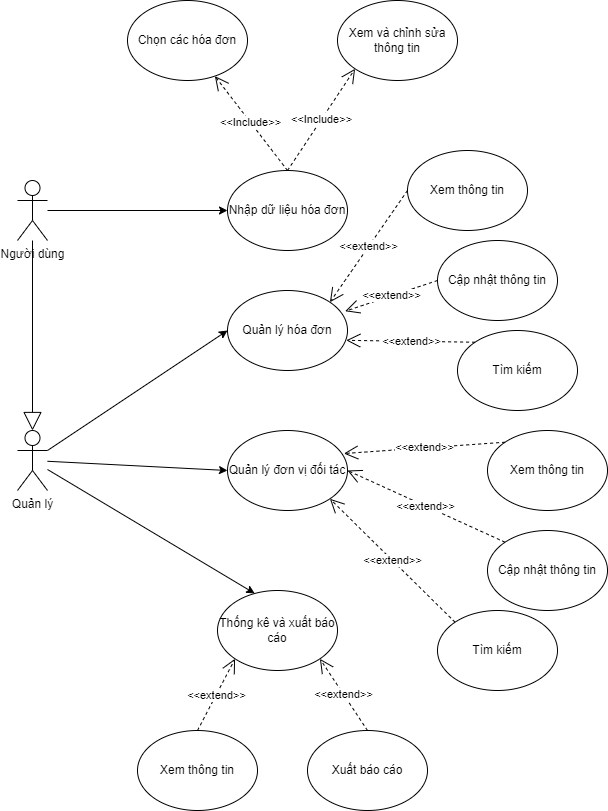
Before: Ảnh trong báo cáo/use case phân rã.drawio.png, a diagram exported from draw.io (DuyNguyen2509/BillProcessingApp). Source tidied: cells renumbered, new cells last; positions are measured from the earlier drawing's top-left corner, leaving out a move shared by most shapes. Its diagram source:
```xml
<mxGraphModel>
  <root>
    <mxCell id="0" />
    <mxCell id="1" parent="0" />
    <mxCell id="2" style="rounded=0;jettySize=auto;html=1;entryX=0;entryY=0.5;entryDx=0;entryDy=0;" parent="1" edge="1" source="3" target="8">
      <mxGeometry relative="1" as="geometry" />
    </mxCell>
    <mxCell id="3" value="Người dùng" style="shape=umlActor;verticalLabelPosition=bottom;verticalAlign=top;html=1;outlineConnect=0;" parent="1" vertex="1">
      <mxGeometry y="180" width="30" height="60" as="geometry" />
    </mxCell>
    <mxCell id="4" style="rounded=0;jettySize=auto;html=1;entryX=0;entryY=0.5;entryDx=0;entryDy=0;" parent="1" edge="1" source="7" target="9">
      <mxGeometry relative="1" as="geometry" />
    </mxCell>
    <mxCell id="5" style="rounded=0;jettySize=auto;html=1;entryX=0;entryY=0.5;entryDx=0;entryDy=0;" parent="1" edge="1" source="7" target="10">
      <mxGeometry relative="1" as="geometry" />
    </mxCell>
    <mxCell id="6" style="rounded=0;jettySize=auto;html=1;entryX=0.31;entryY=0.037;entryDx=0;entryDy=0;entryPerimeter=0;" parent="1" edge="1" source="7" target="11">
      <mxGeometry relative="1" as="geometry" />
    </mxCell>
    <mxCell id="7" value="Quản lý" style="shape=umlActor;verticalLabelPosition=bottom;verticalAlign=top;html=1;outlineConnect=0;" parent="1" vertex="1">
      <mxGeometry y="430" width="30" height="60" as="geometry" />
    </mxCell>
    <mxCell id="8" value="Nhập dữ liệu hóa đơn" style="ellipse;whiteSpace=wrap;html=1;" parent="1" vertex="1">
      <mxGeometry x="210" y="170" width="120" height="80" as="geometry" />
    </mxCell>
    <mxCell id="9" value="Quản lý hóa đơn" style="ellipse;whiteSpace=wrap;html=1;" parent="1" vertex="1">
      <mxGeometry x="210" y="290" width="120" height="80" as="geometry" />
    </mxCell>
    <mxCell id="10" value="Quản lý đơn vị đối tác" style="ellipse;whiteSpace=wrap;html=1;" parent="1" vertex="1">
      <mxGeometry x="210" y="430" width="120" height="80" as="geometry" />
    </mxCell>
    <mxCell id="11" value="Thống kê và xuất báo cáo" style="ellipse;whiteSpace=wrap;html=1;" parent="1" vertex="1">
      <mxGeometry x="200" y="590" width="120" height="80" as="geometry" />
    </mxCell>
    <mxCell id="12" style="endArrow=block;endSize=16;endFill=0;html=1;rounded=0;entryX=0.5;entryY=0;entryDx=0;entryDy=0;entryPerimeter=0;" parent="1" edge="1" source="3" target="7">
      <mxGeometry relative="1" as="geometry" />
    </mxCell>
    <mxCell id="13" value="Chọn các hóa đơn" style="ellipse;whiteSpace=wrap;html=1;" parent="1" vertex="1">
      <mxGeometry x="110" width="120" height="80" as="geometry" />
    </mxCell>
    <mxCell id="14" value="Xem và chỉnh sửa thông tin" style="ellipse;whiteSpace=wrap;html=1;" parent="1" vertex="1">
      <mxGeometry x="320" width="120" height="80" as="geometry" />
    </mxCell>
    <mxCell id="15" value="&amp;lt;&amp;lt;Include&amp;gt;&amp;gt;" style="endArrow=open;endSize=12;dashed=1;html=1;rounded=0;exitX=0.5;exitY=0;exitDx=0;exitDy=0;" parent="1" edge="1" source="8" target="13">
      <mxGeometry relative="1" as="geometry" />
    </mxCell>
    <mxCell id="16" value="&amp;lt;&amp;lt;Include&amp;gt;&amp;gt;" style="endArrow=open;endSize=12;dashed=1;html=1;rounded=0;exitX=0.5;exitY=0;exitDx=0;exitDy=0;entryX=0;entryY=1;entryDx=0;entryDy=0;" parent="1" edge="1" source="8" target="14">
      <mxGeometry relative="1" as="geometry" />
    </mxCell>
    <mxCell id="17" value="Xem thông tin" style="ellipse;whiteSpace=wrap;html=1;" parent="1" vertex="1">
      <mxGeometry x="390" y="150" width="120" height="80" as="geometry" />
    </mxCell>
    <mxCell id="18" value="Tìm kiếm" style="ellipse;whiteSpace=wrap;html=1;" parent="1" vertex="1">
      <mxGeometry x="440" y="330" width="120" height="80" as="geometry" />
    </mxCell>
    <mxCell id="19" value="Cập nhật thông tin" style="ellipse;whiteSpace=wrap;html=1;" parent="1" vertex="1">
      <mxGeometry x="420" y="240" width="120" height="80" as="geometry" />
    </mxCell>
    <mxCell id="20" value="Xem thông tin" style="ellipse;whiteSpace=wrap;html=1;" parent="1" vertex="1">
      <mxGeometry x="470" y="430" width="120" height="80" as="geometry" />
    </mxCell>
    <mxCell id="21" value="Tìm kiếm" style="ellipse;whiteSpace=wrap;html=1;" parent="1" vertex="1">
      <mxGeometry x="420" y="610" width="120" height="80" as="geometry" />
    </mxCell>
    <mxCell id="22" value="Cập nhật thông tin" style="ellipse;whiteSpace=wrap;html=1;" parent="1" vertex="1">
      <mxGeometry x="470" y="530" width="120" height="80" as="geometry" />
    </mxCell>
    <mxCell id="23" value="&amp;lt;&amp;lt;extend&amp;gt;&amp;gt;" style="endArrow=open;endSize=12;dashed=1;html=1;rounded=0;exitX=0;exitY=0.5;exitDx=0;exitDy=0;entryX=1;entryY=0;entryDx=0;entryDy=0;" parent="1" edge="1" source="17" target="9">
      <mxGeometry relative="1" as="geometry" />
    </mxCell>
    <mxCell id="24" value="&amp;lt;&amp;lt;extend&amp;gt;&amp;gt;" style="endArrow=open;endSize=12;dashed=1;html=1;rounded=0;exitX=0;exitY=0.5;exitDx=0;exitDy=0;entryX=0.981;entryY=0.259;entryDx=0;entryDy=0;entryPerimeter=0;" parent="1" edge="1" source="19" target="9">
      <mxGeometry relative="1" as="geometry" />
    </mxCell>
    <mxCell id="25" value="&amp;lt;&amp;lt;extend&amp;gt;&amp;gt;" style="endArrow=open;endSize=12;dashed=1;html=1;rounded=0;exitX=0;exitY=0;exitDx=0;exitDy=0;entryX=0.99;entryY=0.623;entryDx=0;entryDy=0;entryPerimeter=0;" parent="1" edge="1" source="18" target="9">
      <mxGeometry relative="1" as="geometry" />
    </mxCell>
    <mxCell id="26" value="&amp;lt;&amp;lt;extend&amp;gt;&amp;gt;" style="endArrow=open;endSize=12;dashed=1;html=1;rounded=0;exitX=0;exitY=0;exitDx=0;exitDy=0;entryX=0.97;entryY=0.288;entryDx=0;entryDy=0;entryPerimeter=0;" parent="1" edge="1" source="20" target="10">
      <mxGeometry relative="1" as="geometry" />
    </mxCell>
    <mxCell id="27" value="&amp;lt;&amp;lt;extend&amp;gt;&amp;gt;" style="endArrow=open;endSize=12;dashed=1;html=1;rounded=0;exitX=0;exitY=0;exitDx=0;exitDy=0;entryX=1;entryY=0.5;entryDx=0;entryDy=0;" parent="1" edge="1" source="22" target="10">
      <mxGeometry relative="1" as="geometry" />
    </mxCell>
    <mxCell id="28" value="&amp;lt;&amp;lt;extend&amp;gt;&amp;gt;" style="endArrow=open;endSize=12;dashed=1;html=1;rounded=0;exitX=0;exitY=0;exitDx=0;exitDy=0;entryX=1;entryY=1;entryDx=0;entryDy=0;" parent="1" edge="1" source="21" target="10">
      <mxGeometry relative="1" as="geometry" />
    </mxCell>
    <mxCell id="29" value="Xem thông tin" style="ellipse;whiteSpace=wrap;html=1;" parent="1" vertex="1">
      <mxGeometry x="120" y="730" width="120" height="80" as="geometry" />
    </mxCell>
    <mxCell id="30" value="Xuất báo cáo" style="ellipse;whiteSpace=wrap;html=1;" parent="1" vertex="1">
      <mxGeometry x="290" y="730" width="120" height="80" as="geometry" />
    </mxCell>
    <mxCell id="31" value="&amp;lt;&amp;lt;extend&amp;gt;&amp;gt;" style="endArrow=open;endSize=12;dashed=1;html=1;rounded=0;exitX=0.5;exitY=0;exitDx=0;exitDy=0;entryX=1;entryY=1;entryDx=0;entryDy=0;" parent="1" edge="1" source="30" target="11">
      <mxGeometry relative="1" as="geometry" />
    </mxCell>
    <mxCell id="32" value="&amp;lt;&amp;lt;extend&amp;gt;&amp;gt;" style="endArrow=open;endSize=12;dashed=1;html=1;rounded=0;exitX=0.5;exitY=0;exitDx=0;exitDy=0;entryX=0;entryY=1;entryDx=0;entryDy=0;" parent="1" edge="1" source="29" target="11">
      <mxGeometry relative="1" as="geometry" />
    </mxCell>
  </root>
</mxGraphModel>
```
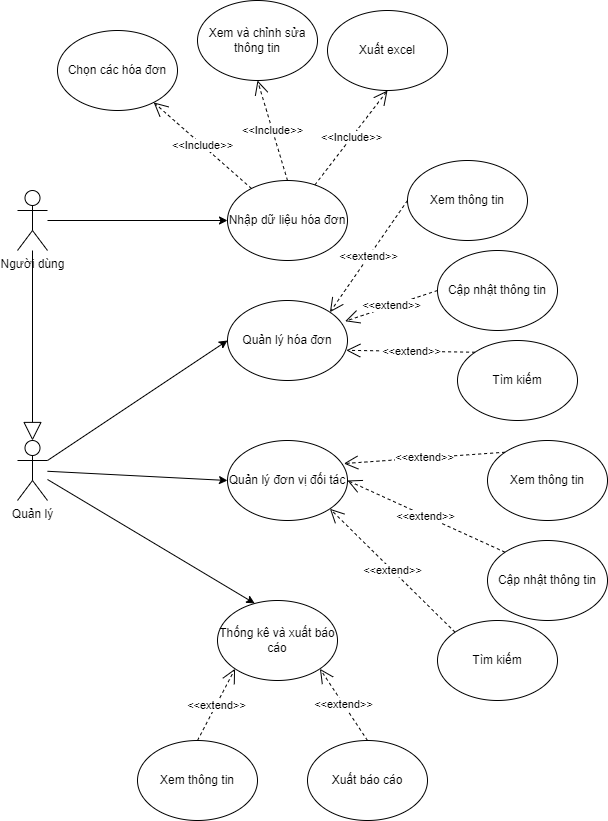
The same file after the commit.

What changed in the source:
```diff
@@ -36,15 +36,15 @@
       <mxGeometry relative="1" as="geometry" />
     </mxCell>
     <mxCell id="13" value="Chọn các hóa đơn" style="ellipse;whiteSpace=wrap;html=1;" parent="1" vertex="1">
-      <mxGeometry x="110" width="120" height="80" as="geometry" />
+      <mxGeometry x="40" y="20" width="120" height="80" as="geometry" />
     </mxCell>
     <mxCell id="14" value="Xem và chỉnh sửa thông tin" style="ellipse;whiteSpace=wrap;html=1;" parent="1" vertex="1">
-      <mxGeometry x="320" width="120" height="80" as="geometry" />
+      <mxGeometry x="180" y="-10" width="120" height="80" as="geometry" />
     </mxCell>
-    <mxCell id="15" value="&amp;lt;&amp;lt;Include&amp;gt;&amp;gt;" style="endArrow=open;endSize=12;dashed=1;html=1;rounded=0;exitX=0.5;exitY=0;exitDx=0;exitDy=0;" parent="1" edge="1" source="8" target="13">
+    <mxCell id="15" value="&amp;lt;&amp;lt;Include&amp;gt;&amp;gt;" style="endArrow=open;endSize=12;dashed=1;html=1;rounded=0;" parent="1" edge="1" source="8" target="13">
       <mxGeometry relative="1" as="geometry" />
     </mxCell>
-    <mxCell id="16" value="&amp;lt;&amp;lt;Include&amp;gt;&amp;gt;" style="endArrow=open;endSize=12;dashed=1;html=1;rounded=0;exitX=0.5;exitY=0;exitDx=0;exitDy=0;entryX=0;entryY=1;entryDx=0;entryDy=0;" parent="1" edge="1" source="8" target="14">
+    <mxCell id="16" value="&amp;lt;&amp;lt;Include&amp;gt;&amp;gt;" style="endArrow=open;endSize=12;dashed=1;html=1;rounded=0;exitX=0.5;exitY=0;exitDx=0;exitDy=0;entryX=0.5;entryY=1;entryDx=0;entryDy=0;" parent="1" edge="1" source="8" target="14">
       <mxGeometry relative="1" as="geometry" />
     </mxCell>
     <mxCell id="17" value="Xem thông tin" style="ellipse;whiteSpace=wrap;html=1;" parent="1" vertex="1">
@@ -95,5 +95,11 @@
     <mxCell id="32" value="&amp;lt;&amp;lt;extend&amp;gt;&amp;gt;" style="endArrow=open;endSize=12;dashed=1;html=1;rounded=0;exitX=0.5;exitY=0;exitDx=0;exitDy=0;entryX=0;entryY=1;entryDx=0;entryDy=0;" parent="1" edge="1" source="29" target="11">
       <mxGeometry relative="1" as="geometry" />
     </mxCell>
+    <mxCell id="33" value="Xuất excel" style="ellipse;whiteSpace=wrap;html=1;" parent="1" vertex="1">
+      <mxGeometry x="310" width="120" height="80" as="geometry" />
+    </mxCell>
+    <mxCell id="34" value="&amp;lt;&amp;lt;Include&amp;gt;&amp;gt;" style="endArrow=open;endSize=12;dashed=1;html=1;rounded=0;entryX=0.5;entryY=1;entryDx=0;entryDy=0;" parent="1" edge="1" source="8" target="33">
+      <mxGeometry relative="1" as="geometry" />
+    </mxCell>
   </root>
 </mxGraphModel>
```
